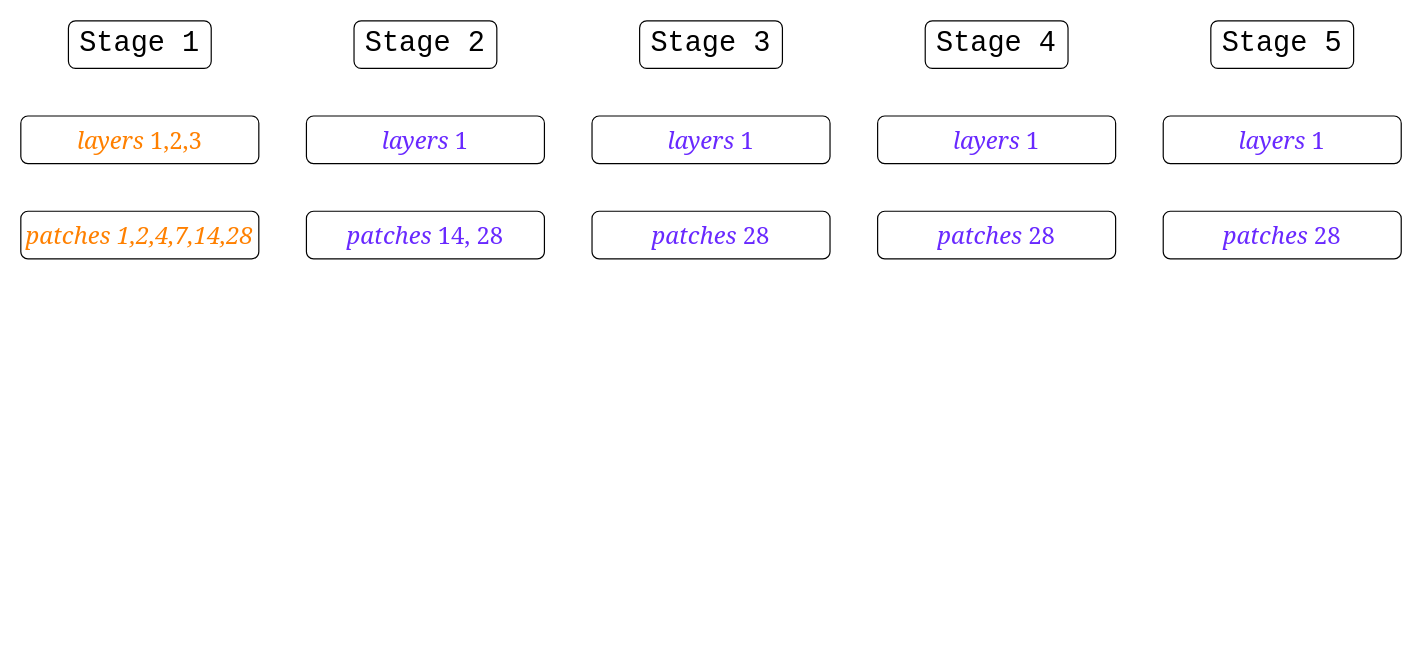
Earlier version of the draw.io diagram ExperimentsOverview.drawio (BiancaMass/Diagrams). Source tidied: cells renumbered, new cells numbered last; positions are measured from the earlier drawing's top-left corner, leaving out a move shared by most shapes. Both pictures are drawn from the tidied source at 119%, with x=0, y=0 at pixel (20, 20).
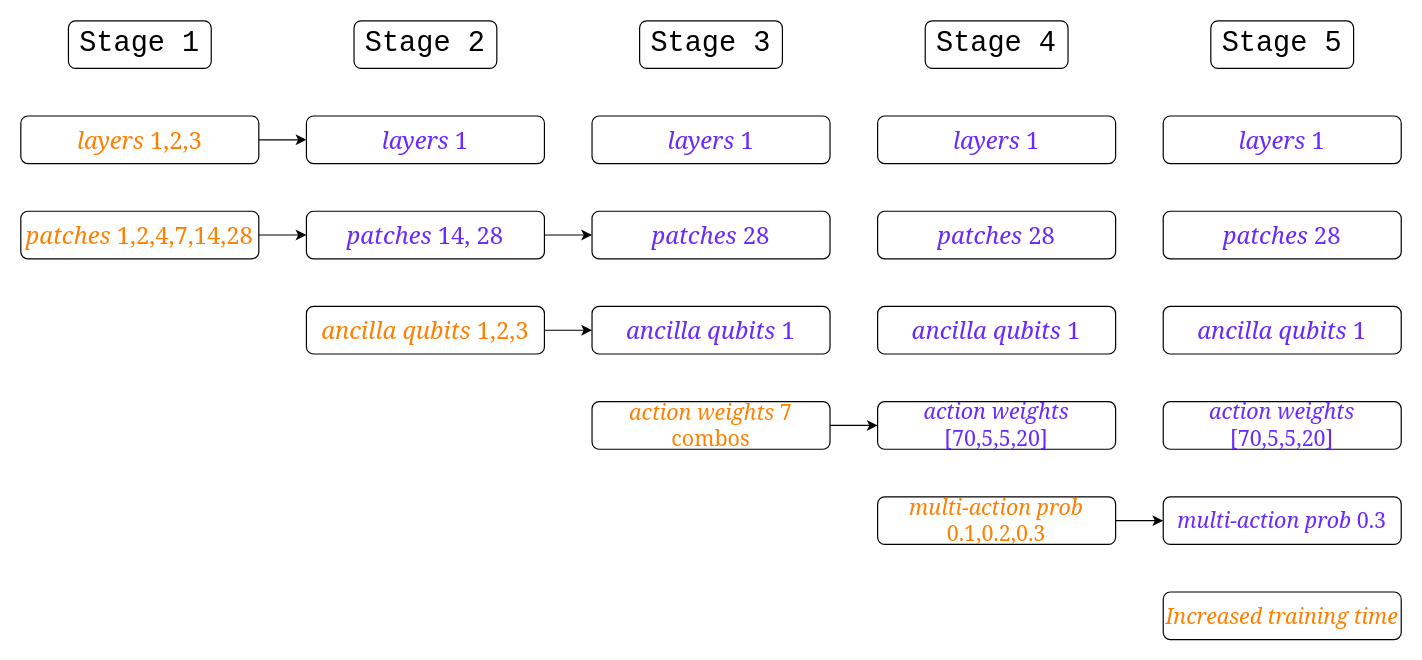
Above is the later version.

The change refers to these unchanged cells:
```xml
<mxCell id="4" value="&lt;font face=&quot;Georgia&quot; color=&quot;#ff8000&quot; style=&quot;font-size: 20px;&quot;&gt;&lt;i style=&quot;&quot;&gt;layers&lt;/i&gt; 1,2,3&lt;/font&gt;" style="rounded=1;whiteSpace=wrap;html=1;strokeColor=#000000;fillColor=none;" parent="1" vertex="1">
  <mxGeometry y="80" width="200" height="40" as="geometry" />
</mxCell>
<mxCell id="6" value="&lt;font color=&quot;#6929ff&quot; face=&quot;Georgia&quot; style=&quot;font-size: 20px;&quot;&gt;&lt;i style=&quot;&quot;&gt;layers&lt;/i&gt; 1&lt;/font&gt;" style="rounded=1;whiteSpace=wrap;html=1;strokeColor=#000000;fillColor=none;" parent="1" vertex="1">
  <mxGeometry x="240" y="80" width="200" height="40" as="geometry" />
</mxCell>
<mxCell id="7" value="&lt;i style=&quot;color: rgb(105, 41, 255); font-family: Georgia; font-size: 20px;&quot;&gt;patches&lt;/i&gt;&lt;span style=&quot;color: rgb(105, 41, 255); font-family: Georgia; font-size: 20px;&quot;&gt;&amp;nbsp;14, 28&lt;/span&gt;" style="rounded=1;whiteSpace=wrap;html=1;strokeColor=#000000;fillColor=none;" parent="1" vertex="1">
  <mxGeometry x="240" y="160" width="200" height="40" as="geometry" />
</mxCell>
<mxCell id="14" value="&lt;i style=&quot;color: rgb(105, 41, 255); font-family: Georgia; font-size: 20px;&quot;&gt;patches&lt;/i&gt;&lt;span style=&quot;color: rgb(105, 41, 255); font-family: Georgia; font-size: 20px;&quot;&gt;&amp;nbsp;28&lt;/span&gt;" style="rounded=1;whiteSpace=wrap;html=1;strokeColor=#000000;fillColor=none;" parent="1" vertex="1">
  <mxGeometry x="480" y="160" width="200" height="40" as="geometry" />
</mxCell>
```

Change to the diagram source:
```diff
@@
+    <mxCell id="17" style="edgeStyle=orthogonalEdgeStyle;rounded=0;jettySize=auto;html=1;entryX=0;entryY=0.5;entryDx=0;entryDy=0;" parent="1" edge="1" source="4" target="6">
+      <mxGeometry relative="1" as="geometry" />
+    </mxCell>
@@
+    <mxCell id="18" style="edgeStyle=orthogonalEdgeStyle;rounded=0;jettySize=auto;html=1;entryX=0;entryY=0.5;entryDx=0;entryDy=0;" parent="1" edge="1" source="5" target="7">
+      <mxGeometry relative="1" as="geometry" />
+    </mxCell>
-    <mxCell id="5" value="&lt;font face=&quot;Georgia&quot; color=&quot;#ff8000&quot;&gt;&lt;span style=&quot;font-size: 20px;&quot;&gt;&lt;i&gt;patches 1,2,4,7,14,28&lt;/i&gt;&lt;/span&gt;&lt;/font&gt;" style="rounded=1;whiteSpace=wrap;html=1;strokeColor=#000000;fillColor=none;" parent="1" vertex="1">
+    <mxCell id="5" value="&lt;font face=&quot;Georgia&quot; color=&quot;#ff8000&quot;&gt;&lt;span style=&quot;font-size: 20px;&quot;&gt;&lt;i&gt;patches &lt;/i&gt;1,2,4,7,14,28&lt;/span&gt;&lt;/font&gt;" style="rounded=1;whiteSpace=wrap;html=1;strokeColor=#000000;fillColor=none;" parent="1" vertex="1">
       <mxGeometry y="160" width="200" height="40" as="geometry" />
     </mxCell>
@@
+    <mxCell id="19" style="edgeStyle=orthogonalEdgeStyle;rounded=0;jettySize=auto;html=1;entryX=0;entryY=0.5;entryDx=0;entryDy=0;" parent="1" edge="1" source="7" target="14">
+      <mxGeometry relative="1" as="geometry" />
+    </mxCell>
@@
+    <mxCell id="20" style="edgeStyle=orthogonalEdgeStyle;rounded=0;jettySize=auto;html=1;entryX=0;entryY=0.5;entryDx=0;entryDy=0;" parent="1" edge="1" source="21" target="22">
+      <mxGeometry relative="1" as="geometry" />
+    </mxCell>
+    <mxCell id="21" value="&lt;font face=&quot;Georgia&quot; color=&quot;#ff8000&quot; style=&quot;font-size: 20px;&quot;&gt;&lt;i style=&quot;&quot;&gt;ancilla&lt;/i&gt;&amp;nbsp;&lt;i&gt;qubits&lt;/i&gt; 1,2,3&lt;/font&gt;" style="rounded=1;whiteSpace=wrap;html=1;strokeColor=#000000;fillColor=none;" parent="1" vertex="1">
+      <mxGeometry x="240" y="240" width="200" height="40" as="geometry" />
+    </mxCell>
+    <mxCell id="22" value="&lt;font color=&quot;#6929ff&quot; face=&quot;Georgia&quot; style=&quot;font-size: 20px;&quot;&gt;&lt;i style=&quot;&quot;&gt;ancilla qubits&lt;/i&gt; 1&lt;/font&gt;" style="rounded=1;whiteSpace=wrap;html=1;strokeColor=#000000;fillColor=none;" parent="1" vertex="1">
+      <mxGeometry x="480" y="240" width="200" height="40" as="geometry" />
+    </mxCell>
+    <mxCell id="23" value="&lt;font color=&quot;#6929ff&quot; face=&quot;Georgia&quot; style=&quot;font-size: 20px;&quot;&gt;&lt;i style=&quot;&quot;&gt;ancilla qubits&lt;/i&gt; 1&lt;/font&gt;" style="rounded=1;whiteSpace=wrap;html=1;strokeColor=#000000;fillColor=none;" parent="1" vertex="1">
+      <mxGeometry x="960" y="240" width="200" height="40" as="geometry" />
+    </mxCell>
+    <mxCell id="24" value="&lt;font color=&quot;#6929ff&quot; face=&quot;Georgia&quot; style=&quot;font-size: 20px;&quot;&gt;&lt;i style=&quot;&quot;&gt;ancilla qubits&lt;/i&gt; 1&lt;/font&gt;" style="rounded=1;whiteSpace=wrap;html=1;strokeColor=#000000;fillColor=none;" parent="1" vertex="1">
+      <mxGeometry x="720" y="240" width="200" height="40" as="geometry" />
+    </mxCell>
+    <mxCell id="25" style="edgeStyle=orthogonalEdgeStyle;rounded=0;jettySize=auto;html=1;exitX=1;exitY=0.5;exitDx=0;exitDy=0;entryX=0;entryY=0.5;entryDx=0;entryDy=0;" parent="1" edge="1" source="26" target="27">
+      <mxGeometry relative="1" as="geometry" />
+    </mxCell>
+    <mxCell id="26" value="&lt;font face=&quot;Georgia&quot; color=&quot;#ff8000&quot; style=&quot;font-size: 18px;&quot;&gt;&lt;i style=&quot;&quot;&gt;action weights &lt;/i&gt;7 combos&lt;/font&gt;" style="rounded=1;whiteSpace=wrap;html=1;strokeColor=#000000;fillColor=none;" parent="1" vertex="1">
+      <mxGeometry x="480" y="320" width="200" height="40" as="geometry" />
+    </mxCell>
+    <mxCell id="27" value="&lt;font style=&quot;font-size: 18px;&quot;&gt;&lt;font face=&quot;Georgia&quot; color=&quot;#6929ff&quot;&gt;&lt;i style=&quot;&quot;&gt;action weights &lt;/i&gt;[70,5,5,20&lt;/font&gt;&lt;span style=&quot;color: rgb(105, 41, 255); font-family: Georgia; background-color: initial;&quot;&gt;]&lt;/span&gt;&lt;/font&gt;" style="rounded=1;whiteSpace=wrap;html=1;strokeColor=#000000;fillColor=none;" parent="1" vertex="1">
+      <mxGeometry x="720" y="320" width="200" height="40" as="geometry" />
+    </mxCell>
+    <mxCell id="28" value="&lt;font style=&quot;font-size: 18px;&quot;&gt;&lt;font face=&quot;Georgia&quot; color=&quot;#6929ff&quot;&gt;&lt;i style=&quot;&quot;&gt;action weights &lt;/i&gt;[70,5,5,20&lt;/font&gt;&lt;span style=&quot;color: rgb(105, 41, 255); font-family: Georgia; background-color: initial;&quot;&gt;]&lt;/span&gt;&lt;/font&gt;" style="rounded=1;whiteSpace=wrap;html=1;strokeColor=#000000;fillColor=none;" parent="1" vertex="1">
+      <mxGeometry x="960" y="320" width="200" height="40" as="geometry" />
+    </mxCell>
+    <mxCell id="29" style="edgeStyle=orthogonalEdgeStyle;rounded=0;jettySize=auto;html=1;exitX=1;exitY=0.5;exitDx=0;exitDy=0;" parent="1" edge="1" source="30" target="31">
+      <mxGeometry relative="1" as="geometry" />
+    </mxCell>
+    <mxCell id="30" value="&lt;font face=&quot;Georgia&quot; color=&quot;#ff8000&quot;&gt;&lt;span style=&quot;font-size: 18px;&quot;&gt;&lt;i&gt;multi-action prob &lt;/i&gt;0.1,0.2,0.3&lt;/span&gt;&lt;/font&gt;" style="rounded=1;whiteSpace=wrap;html=1;strokeColor=#000000;fillColor=none;" parent="1" vertex="1">
+      <mxGeometry x="720" y="400" width="200" height="40" as="geometry" />
+    </mxCell>
+    <mxCell id="31" value="&lt;font face=&quot;Georgia&quot; color=&quot;#6929ff&quot;&gt;&lt;span style=&quot;font-size: 18px;&quot;&gt;&lt;i&gt;multi-action prob &lt;/i&gt;0.3&lt;/span&gt;&lt;/font&gt;" style="rounded=1;whiteSpace=wrap;html=1;strokeColor=#000000;fillColor=none;" parent="1" vertex="1">
+      <mxGeometry x="960" y="400" width="200" height="40" as="geometry" />
+    </mxCell>
+    <mxCell id="32" value="&lt;font face=&quot;Georgia&quot; color=&quot;#ff8000&quot;&gt;&lt;span style=&quot;font-size: 18px;&quot;&gt;&lt;i&gt;Increased training time&lt;/i&gt;&lt;/span&gt;&lt;/font&gt;" style="rounded=1;whiteSpace=wrap;html=1;strokeColor=#000000;fillColor=none;" parent="1" vertex="1">
+      <mxGeometry x="960" y="480" width="200" height="40" as="geometry" />
+    </mxCell>
```
